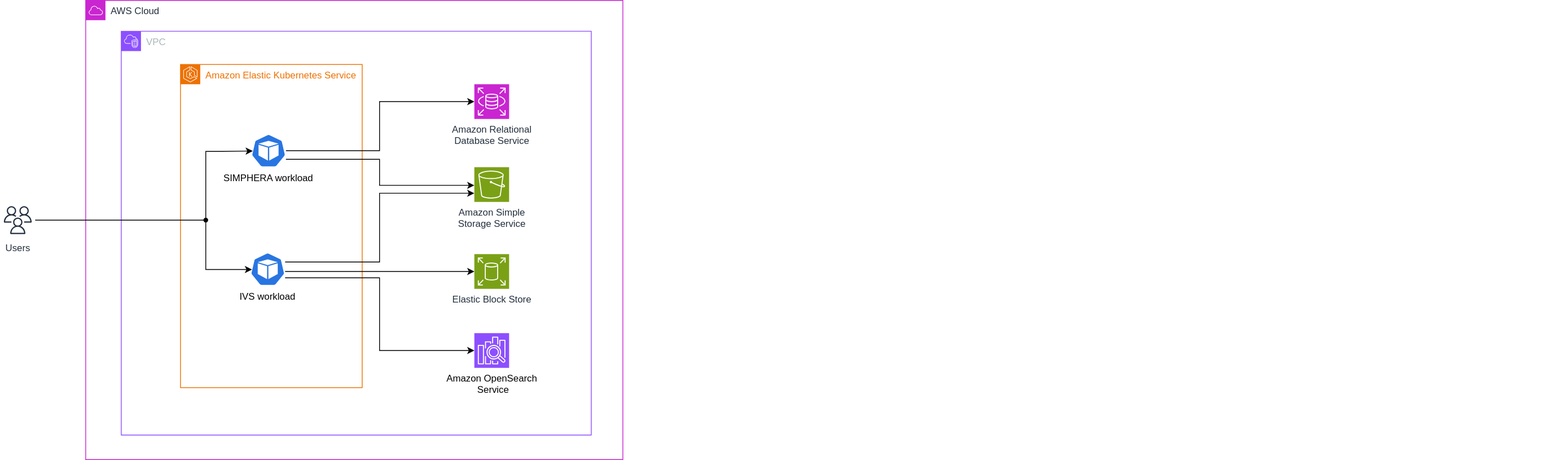
This is AWSReferenceArchitecture.svg from dspace-group/dspace-reference-architecture-aws, a draw.io export, as it was before one commit. Source tidied: cells renumbered, new cells last; positions are measured from the earlier drawing's top-left corner, leaving out a move shared by most shapes. The source it was exported from:
```xml
<mxGraphModel>
  <root>
    <mxCell id="0" />
    <mxCell id="1" parent="0" />
    <mxCell id="2" value="AWS Cloud" style="gradientColor=none;html=1;whiteSpace=wrap;fontSize=12;fontStyle=0;shape=mxgraph.aws4.group;grIcon=mxgraph.aws4.group_aws_cloud;strokeColor=light-dark(#c925d1, #bdc7d4);fillColor=none;verticalAlign=top;align=left;spacingLeft=30;fontColor=#232F3E;dashed=0;" parent="1" vertex="1">
      <mxGeometry x="108" width="680" height="581" as="geometry" />
    </mxCell>
    <mxCell id="3" value="VPC" style="gradientColor=none;html=1;whiteSpace=wrap;fontSize=12;fontStyle=0;shape=mxgraph.aws4.group;grIcon=mxgraph.aws4.group_vpc2;strokeColor=#8C4FFF;fillColor=none;verticalAlign=top;align=left;spacingLeft=30;fontColor=#AAB7B8;dashed=0;perimeterSpacing=0;" parent="2" vertex="1">
      <mxGeometry x="45" y="39" width="595" height="511" as="geometry" />
    </mxCell>
    <mxCell id="4" value="&lt;span&gt;&lt;/span&gt;" style="text;whiteSpace=wrap;html=1;" parent="2" vertex="1">
      <mxGeometry x="1846.5" y="503" width="30" height="20" as="geometry" />
    </mxCell>
    <mxCell id="5" value="&lt;span&gt;&lt;/span&gt;" style="text;whiteSpace=wrap;html=1;" parent="2" vertex="1">
      <mxGeometry x="1840" y="288.1" width="30" height="20" as="geometry" />
    </mxCell>
    <mxCell id="6" value="&lt;font style=&quot;color: light-dark(rgb(237, 113, 0), rgb(237, 237, 237));&quot;&gt;Amazon Elastic Kubernetes Service&lt;/font&gt;" style="fillColor=none;strokeColor=light-dark(#ed7100, #8494aa);verticalAlign=top;fontStyle=0;fontColor=#5A6C86;whiteSpace=wrap;html=1;align=left;spacingLeft=30;fontFamily=Helvetica;fontSize=12;" parent="2" vertex="1">
      <mxGeometry x="120" y="81" width="230" height="409" as="geometry" />
    </mxCell>
    <mxCell id="7" style="sketch=0;fontColor=#232F3E;fillColor=#ED7100;strokeColor=#ffffff;dashed=0;verticalLabelPosition=bottom;verticalAlign=top;align=center;html=1;fontSize=12;fontStyle=0;shape=mxgraph.aws4.resourceIcon;resIcon=mxgraph.aws4.eks;" parent="2" vertex="1">
      <mxGeometry x="120" y="81" width="25" height="25" as="geometry" />
    </mxCell>
    <mxCell id="8" value="Amazon Simple&lt;div&gt;Storage Service&lt;/div&gt;" style="sketch=0;points=[[0,0,0],[0.25,0,0],[0.5,0,0],[0.75,0,0],[1,0,0],[0,1,0],[0.25,1,0],[0.5,1,0],[0.75,1,0],[1,1,0],[0,0.25,0],[0,0.5,0],[0,0.75,0],[1,0.25,0],[1,0.5,0],[1,0.75,0]];outlineConnect=0;fontColor=#232F3E;fillColor=#7AA116;strokeColor=#ffffff;dashed=0;verticalLabelPosition=bottom;verticalAlign=top;align=center;html=1;fontSize=12;fontStyle=0;shape=mxgraph.aws4.resourceIcon;resIcon=mxgraph.aws4.s3;" parent="2" vertex="1">
      <mxGeometry x="492" y="211" width="44" height="44" as="geometry" />
    </mxCell>
    <mxCell id="9" value="&lt;span style=&quot;color: rgb(0, 0, 0);&quot;&gt;Amazon OpenSearch&lt;/span&gt;&lt;div style=&quot;color: rgb(0, 0, 0);&quot;&gt;&amp;nbsp;Service&lt;/div&gt;" style="sketch=0;points=[[0,0,0],[0.25,0,0],[0.5,0,0],[0.75,0,0],[1,0,0],[0,1,0],[0.25,1,0],[0.5,1,0],[0.75,1,0],[1,1,0],[0,0.25,0],[0,0.5,0],[0,0.75,0],[1,0.25,0],[1,0.5,0],[1,0.75,0]];outlineConnect=0;fontColor=#232F3E;fillColor=#8C4FFF;strokeColor=#ffffff;dashed=0;verticalLabelPosition=bottom;verticalAlign=top;align=center;html=1;fontSize=12;fontStyle=0;shape=mxgraph.aws4.resourceIcon;resIcon=mxgraph.aws4.elasticsearch_service;" parent="2" vertex="1">
      <mxGeometry x="492" y="421" width="44" height="44" as="geometry" />
    </mxCell>
    <mxCell id="10" value="Amazon Relational&lt;div&gt;Database Service&lt;/div&gt;" style="sketch=0;points=[[0,0,0],[0.25,0,0],[0.5,0,0],[0.75,0,0],[1,0,0],[0,1,0],[0.25,1,0],[0.5,1,0],[0.75,1,0],[1,1,0],[0,0.25,0],[0,0.5,0],[0,0.75,0],[1,0.25,0],[1,0.5,0],[1,0.75,0]];outlineConnect=0;fontColor=#232F3E;fillColor=#C925D1;strokeColor=#ffffff;dashed=0;verticalLabelPosition=bottom;verticalAlign=top;align=center;html=1;fontSize=12;fontStyle=0;shape=mxgraph.aws4.resourceIcon;resIcon=mxgraph.aws4.rds;" parent="2" vertex="1">
      <mxGeometry x="492" y="106" width="44" height="44" as="geometry" />
    </mxCell>
    <mxCell id="11" value="SIMPHERA workload" style="sketch=0;html=1;dashed=0;whitespace=wrap;verticalLabelPosition=bottom;verticalAlign=top;fillColor=#2875E2;strokeColor=#ffffff;points=[[0.005,0.63,0],[0.1,0.2,0],[0.9,0.2,0],[0.5,0,0],[0.995,0.63,0],[0.72,0.99,0],[0.5,1,0],[0.28,0.99,0]];shape=mxgraph.kubernetes.icon2;prIcon=pod;" parent="2" vertex="1">
      <mxGeometry x="209.5" y="169" width="44" height="42.2" as="geometry" />
    </mxCell>
    <mxCell id="12" value="IVS workload" style="sketch=0;html=1;dashed=0;whitespace=wrap;verticalLabelPosition=bottom;verticalAlign=top;fillColor=#2875E2;strokeColor=#ffffff;points=[[0.005,0.63,0],[0.1,0.2,0],[0.9,0.2,0],[0.5,0,0],[0.995,0.63,0],[0.72,0.99,0],[0.5,1,0],[0.28,0.99,0]];shape=mxgraph.kubernetes.icon2;prIcon=pod;" parent="2" vertex="1">
      <mxGeometry x="208.4" y="319" width="44" height="42.2" as="geometry" />
    </mxCell>
    <mxCell id="13" value="Elastic Block Store" style="sketch=0;points=[[0,0,0],[0.25,0,0],[0.5,0,0],[0.75,0,0],[1,0,0],[0,1,0],[0.25,1,0],[0.5,1,0],[0.75,1,0],[1,1,0],[0,0.25,0],[0,0.5,0],[0,0.75,0],[1,0.25,0],[1,0.5,0],[1,0.75,0]];outlineConnect=0;fontColor=#232F3E;fillColor=#7AA116;strokeColor=#ffffff;dashed=0;verticalLabelPosition=bottom;verticalAlign=top;align=center;html=1;fontSize=12;fontStyle=0;shape=mxgraph.aws4.resourceIcon;resIcon=mxgraph.aws4.elastic_block_store;" parent="2" vertex="1">
      <mxGeometry x="492" y="321" width="44" height="44" as="geometry" />
    </mxCell>
    <mxCell id="14" style="edgeStyle=orthogonalEdgeStyle;rounded=0;jettySize=auto;html=1;entryX=0;entryY=0.5;entryDx=0;entryDy=0;entryPerimeter=0;" parent="2" edge="1" source="12" target="9">
      <mxGeometry relative="1" as="geometry">
        <Array as="points">
          <mxPoint x="372" y="351" />
          <mxPoint x="372" y="443" />
        </Array>
      </mxGeometry>
    </mxCell>
    <mxCell id="15" style="edgeStyle=orthogonalEdgeStyle;rounded=0;jettySize=auto;html=1;" parent="2" edge="1" source="12" target="8">
      <mxGeometry relative="1" as="geometry">
        <Array as="points">
          <mxPoint x="372" y="331" />
          <mxPoint x="372" y="244" />
        </Array>
      </mxGeometry>
    </mxCell>
    <mxCell id="16" style="shape=waypoint;sketch=0;fillStyle=solid;size=6;points=[];fillColor=none;perimeter=centerPerimeter;snapToPoint=1;" parent="2" vertex="1">
      <mxGeometry x="142" y="268" width="20" height="20" as="geometry" />
    </mxCell>
    <mxCell id="17" style="edgeStyle=orthogonalEdgeStyle;rounded=0;jettySize=auto;html=1;entryX=0;entryY=0.5;entryDx=0;entryDy=0;entryPerimeter=0;" parent="2" edge="1" source="11" target="10">
      <mxGeometry relative="1" as="geometry">
        <Array as="points">
          <mxPoint x="372" y="190" />
          <mxPoint x="372" y="128" />
        </Array>
      </mxGeometry>
    </mxCell>
    <mxCell id="18" style="edgeStyle=orthogonalEdgeStyle;rounded=0;jettySize=auto;html=1;" parent="2" edge="1" source="11" target="8">
      <mxGeometry relative="1" as="geometry">
        <Array as="points">
          <mxPoint x="372" y="201" />
          <mxPoint x="372" y="234" />
        </Array>
      </mxGeometry>
    </mxCell>
    <mxCell id="19" style="edgeStyle=orthogonalEdgeStyle;rounded=0;jettySize=auto;html=1;entryX=0.047;entryY=0.509;entryDx=0;entryDy=0;entryPerimeter=0;" parent="2" edge="1" source="16" target="12">
      <mxGeometry relative="1" as="geometry">
        <Array as="points">
          <mxPoint x="152" y="341" />
        </Array>
      </mxGeometry>
    </mxCell>
    <mxCell id="20" style="edgeStyle=orthogonalEdgeStyle;rounded=0;jettySize=auto;html=1;entryX=0.046;entryY=0.509;entryDx=0;entryDy=0;entryPerimeter=0;" parent="2" edge="1" source="16" target="11">
      <mxGeometry relative="1" as="geometry">
        <Array as="points">
          <mxPoint x="152" y="191" />
          <mxPoint x="172" y="191" />
        </Array>
      </mxGeometry>
    </mxCell>
    <mxCell id="21" style="edgeStyle=orthogonalEdgeStyle;rounded=0;jettySize=auto;html=1;entryX=0;entryY=0.5;entryDx=0;entryDy=0;entryPerimeter=0;" parent="2" edge="1" source="12" target="13">
      <mxGeometry relative="1" as="geometry">
        <Array as="points">
          <mxPoint x="312" y="343" />
          <mxPoint x="312" y="343" />
        </Array>
      </mxGeometry>
    </mxCell>
    <mxCell id="22" value="Users" style="sketch=0;outlineConnect=0;fontColor=#232F3E;gradientColor=none;strokeColor=#232F3E;fillColor=#ffffff;dashed=0;verticalLabelPosition=bottom;verticalAlign=top;align=center;html=1;fontSize=12;fontStyle=0;shape=mxgraph.aws4.resourceIcon;resIcon=mxgraph.aws4.users;" parent="1" vertex="1">
      <mxGeometry y="256" width="44" height="44" as="geometry" />
    </mxCell>
    <mxCell id="23" style="edgeStyle=orthogonalEdgeStyle;rounded=0;jettySize=auto;html=1;entryX=0.05;entryY=0.75;entryDx=0;entryDy=0;entryPerimeter=0;endArrow=none;startFill=0;" parent="1" edge="1" source="22" target="16">
      <mxGeometry relative="1" as="geometry" />
    </mxCell>
  </root>
</mxGraphModel>
```
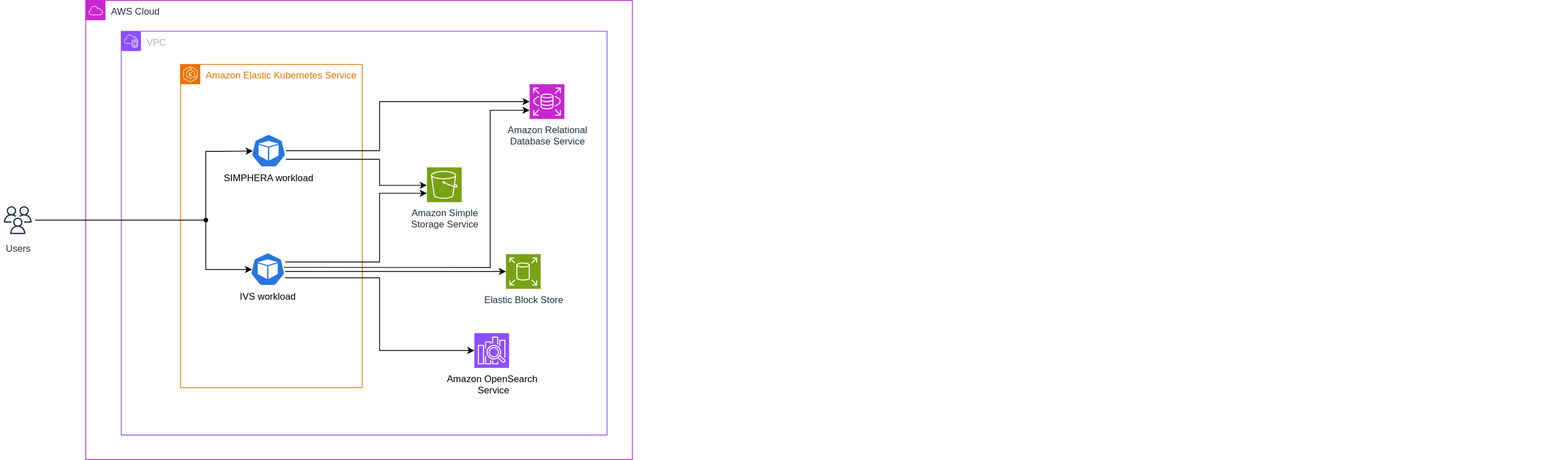
The same file after the commit.

Commit message:
Update arhitecture diagrams

What changed in the source:
```diff
@@ -3,10 +3,10 @@
     <mxCell id="0" />
     <mxCell id="1" parent="0" />
     <mxCell id="2" value="AWS Cloud" style="gradientColor=none;html=1;whiteSpace=wrap;fontSize=12;fontStyle=0;shape=mxgraph.aws4.group;grIcon=mxgraph.aws4.group_aws_cloud;strokeColor=light-dark(#c925d1, #bdc7d4);fillColor=none;verticalAlign=top;align=left;spacingLeft=30;fontColor=#232F3E;dashed=0;" parent="1" vertex="1">
-      <mxGeometry x="108" width="680" height="581" as="geometry" />
+      <mxGeometry x="108" width="692" height="581" as="geometry" />
     </mxCell>
     <mxCell id="3" value="VPC" style="gradientColor=none;html=1;whiteSpace=wrap;fontSize=12;fontStyle=0;shape=mxgraph.aws4.group;grIcon=mxgraph.aws4.group_vpc2;strokeColor=#8C4FFF;fillColor=none;verticalAlign=top;align=left;spacingLeft=30;fontColor=#AAB7B8;dashed=0;perimeterSpacing=0;" parent="2" vertex="1">
-      <mxGeometry x="45" y="39" width="595" height="511" as="geometry" />
+      <mxGeometry x="45" y="39" width="615" height="511" as="geometry" />
     </mxCell>
     <mxCell id="4" value="&lt;span&gt;&lt;/span&gt;" style="text;whiteSpace=wrap;html=1;" parent="2" vertex="1">
       <mxGeometry x="1846.5" y="503" width="30" height="20" as="geometry" />
@@ -21,22 +21,30 @@
       <mxGeometry x="120" y="81" width="25" height="25" as="geometry" />
     </mxCell>
     <mxCell id="8" value="Amazon Simple&lt;div&gt;Storage Service&lt;/div&gt;" style="sketch=0;points=[[0,0,0],[0.25,0,0],[0.5,0,0],[0.75,0,0],[1,0,0],[0,1,0],[0.25,1,0],[0.5,1,0],[0.75,1,0],[1,1,0],[0,0.25,0],[0,0.5,0],[0,0.75,0],[1,0.25,0],[1,0.5,0],[1,0.75,0]];outlineConnect=0;fontColor=#232F3E;fillColor=#7AA116;strokeColor=#ffffff;dashed=0;verticalLabelPosition=bottom;verticalAlign=top;align=center;html=1;fontSize=12;fontStyle=0;shape=mxgraph.aws4.resourceIcon;resIcon=mxgraph.aws4.s3;" parent="2" vertex="1">
-      <mxGeometry x="492" y="211" width="44" height="44" as="geometry" />
+      <mxGeometry x="432" y="211.2" width="44" height="44" as="geometry" />
     </mxCell>
     <mxCell id="9" value="&lt;span style=&quot;color: rgb(0, 0, 0);&quot;&gt;Amazon OpenSearch&lt;/span&gt;&lt;div style=&quot;color: rgb(0, 0, 0);&quot;&gt;&amp;nbsp;Service&lt;/div&gt;" style="sketch=0;points=[[0,0,0],[0.25,0,0],[0.5,0,0],[0.75,0,0],[1,0,0],[0,1,0],[0.25,1,0],[0.5,1,0],[0.75,1,0],[1,1,0],[0,0.25,0],[0,0.5,0],[0,0.75,0],[1,0.25,0],[1,0.5,0],[1,0.75,0]];outlineConnect=0;fontColor=#232F3E;fillColor=#8C4FFF;strokeColor=#ffffff;dashed=0;verticalLabelPosition=bottom;verticalAlign=top;align=center;html=1;fontSize=12;fontStyle=0;shape=mxgraph.aws4.resourceIcon;resIcon=mxgraph.aws4.elasticsearch_service;" parent="2" vertex="1">
       <mxGeometry x="492" y="421" width="44" height="44" as="geometry" />
     </mxCell>
     <mxCell id="10" value="Amazon Relational&lt;div&gt;Database Service&lt;/div&gt;" style="sketch=0;points=[[0,0,0],[0.25,0,0],[0.5,0,0],[0.75,0,0],[1,0,0],[0,1,0],[0.25,1,0],[0.5,1,0],[0.75,1,0],[1,1,0],[0,0.25,0],[0,0.5,0],[0,0.75,0],[1,0.25,0],[1,0.5,0],[1,0.75,0]];outlineConnect=0;fontColor=#232F3E;fillColor=#C925D1;strokeColor=#ffffff;dashed=0;verticalLabelPosition=bottom;verticalAlign=top;align=center;html=1;fontSize=12;fontStyle=0;shape=mxgraph.aws4.resourceIcon;resIcon=mxgraph.aws4.rds;" parent="2" vertex="1">
-      <mxGeometry x="492" y="106" width="44" height="44" as="geometry" />
+      <mxGeometry x="562" y="106" width="44" height="44" as="geometry" />
     </mxCell>
     <mxCell id="11" value="SIMPHERA workload" style="sketch=0;html=1;dashed=0;whitespace=wrap;verticalLabelPosition=bottom;verticalAlign=top;fillColor=#2875E2;strokeColor=#ffffff;points=[[0.005,0.63,0],[0.1,0.2,0],[0.9,0.2,0],[0.5,0,0],[0.995,0.63,0],[0.72,0.99,0],[0.5,1,0],[0.28,0.99,0]];shape=mxgraph.kubernetes.icon2;prIcon=pod;" parent="2" vertex="1">
       <mxGeometry x="209.5" y="169" width="44" height="42.2" as="geometry" />
     </mxCell>
+    <mxCell id="24" style="edgeStyle=none;html=1;exitX=0.935;exitY=0.443;exitDx=0;exitDy=0;exitPerimeter=0;rounded=0;curved=0;entryX=0;entryY=0.75;entryDx=0;entryDy=0;entryPerimeter=0;" parent="2" edge="1" source="12" target="10">
+      <mxGeometry relative="1" as="geometry">
+        <Array as="points">
+          <mxPoint x="512" y="338" />
+          <mxPoint x="512" y="139" />
+        </Array>
+      </mxGeometry>
+    </mxCell>
     <mxCell id="12" value="IVS workload" style="sketch=0;html=1;dashed=0;whitespace=wrap;verticalLabelPosition=bottom;verticalAlign=top;fillColor=#2875E2;strokeColor=#ffffff;points=[[0.005,0.63,0],[0.1,0.2,0],[0.9,0.2,0],[0.5,0,0],[0.995,0.63,0],[0.72,0.99,0],[0.5,1,0],[0.28,0.99,0]];shape=mxgraph.kubernetes.icon2;prIcon=pod;" parent="2" vertex="1">
       <mxGeometry x="208.4" y="319" width="44" height="42.2" as="geometry" />
     </mxCell>
     <mxCell id="13" value="Elastic Block Store" style="sketch=0;points=[[0,0,0],[0.25,0,0],[0.5,0,0],[0.75,0,0],[1,0,0],[0,1,0],[0.25,1,0],[0.5,1,0],[0.75,1,0],[1,1,0],[0,0.25,0],[0,0.5,0],[0,0.75,0],[1,0.25,0],[1,0.5,0],[1,0.75,0]];outlineConnect=0;fontColor=#232F3E;fillColor=#7AA116;strokeColor=#ffffff;dashed=0;verticalLabelPosition=bottom;verticalAlign=top;align=center;html=1;fontSize=12;fontStyle=0;shape=mxgraph.aws4.resourceIcon;resIcon=mxgraph.aws4.elastic_block_store;" parent="2" vertex="1">
-      <mxGeometry x="492" y="321" width="44" height="44" as="geometry" />
+      <mxGeometry x="532" y="321" width="44" height="44" as="geometry" />
     </mxCell>
     <mxCell id="14" style="edgeStyle=orthogonalEdgeStyle;rounded=0;jettySize=auto;html=1;entryX=0;entryY=0.5;entryDx=0;entryDy=0;entryPerimeter=0;" parent="2" edge="1" source="12" target="9">
       <mxGeometry relative="1" as="geometry">
```
